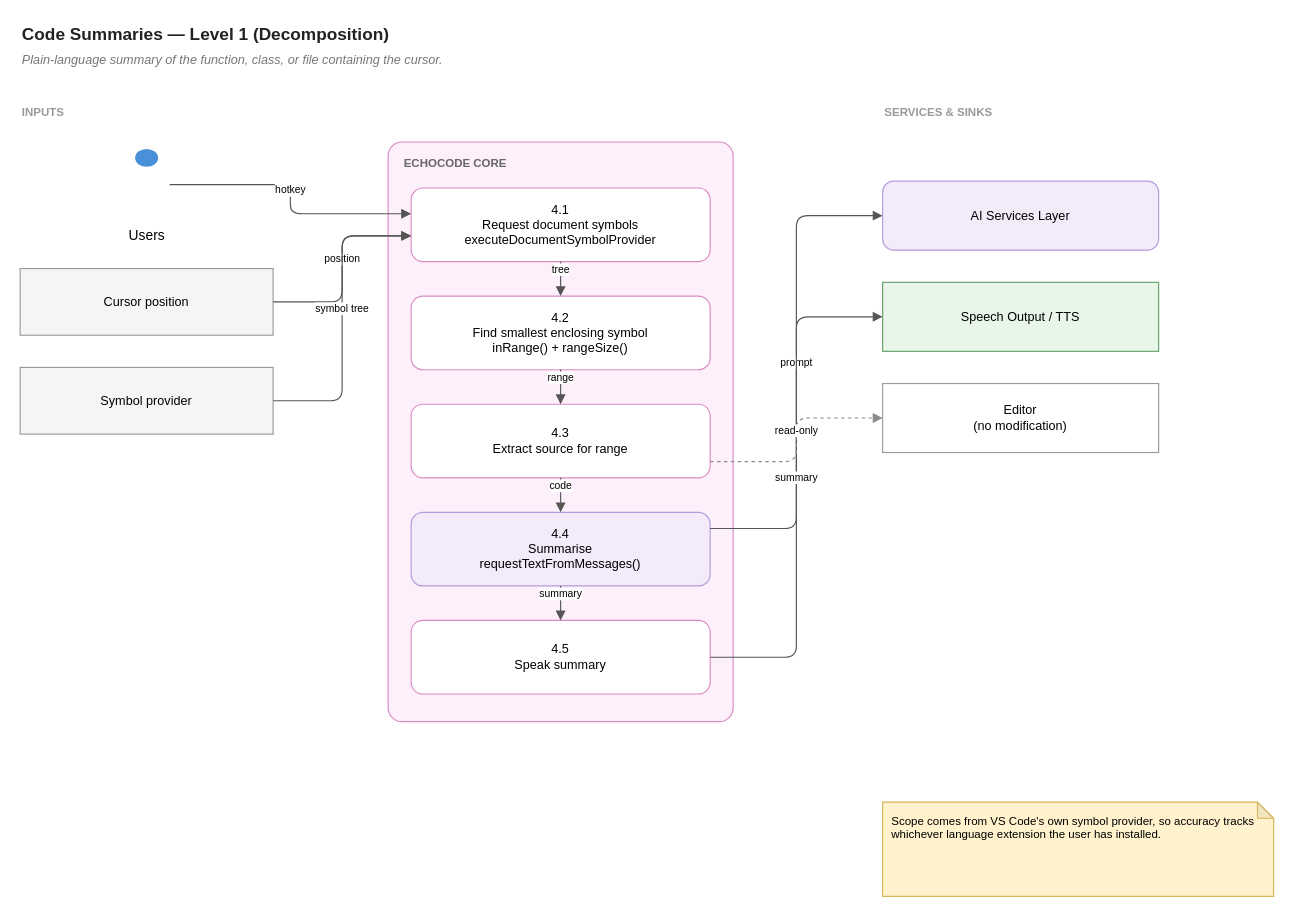
hpcclab/EchoCode keeps this draw.io diagram as page "Level 1 — Decomposition" (2 of 2) of wiki/diagrams/04-code-summaries.drawio. Above is the earlier version. Source tidied: cells renumbered, new cells numbered last; positions are measured from the earlier drawing's top-left corner, leaving out a move shared by most shapes. Both pictures are drawn from the tidied source at 115%, with x=0, y=0 at pixel (20, 20).
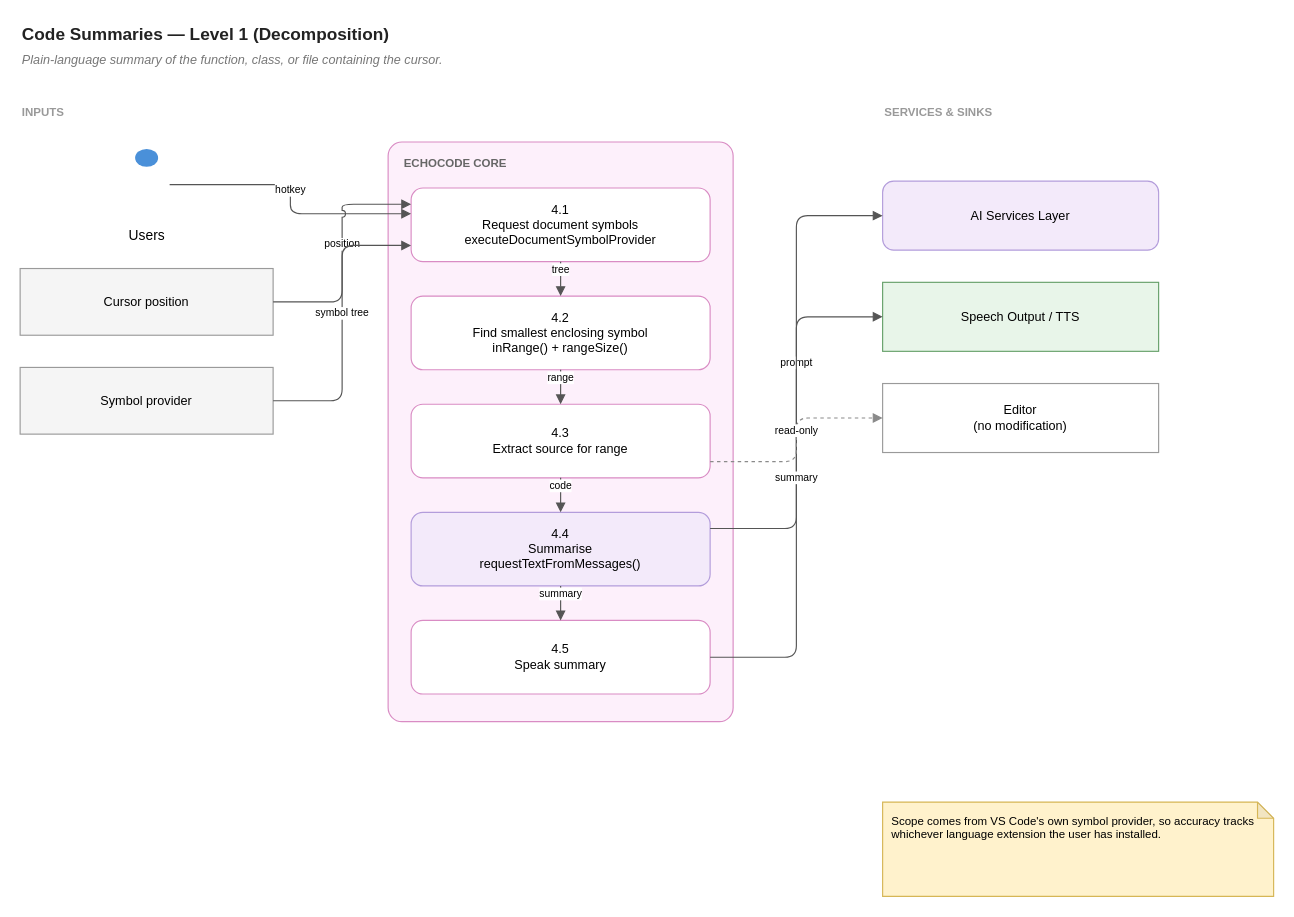
The same page after the edit.

The change refers to these unchanged cells:
```xml
<mxCell id="7" value="4.1&#10;Request document symbols&#10;executeDocumentSymbolProvider" style="rounded=1;whiteSpace=wrap;html=1;fillColor=#ffffff;strokeColor=#d98cc4;fontSize=11;arcSize=16;" parent="6" vertex="1">
  <mxGeometry x="20" y="40" width="260" height="64" as="geometry" />
</mxCell>
<mxCell id="13" value="Cursor position" style="rounded=0;whiteSpace=wrap;html=1;fillColor=#f5f5f5;strokeColor=#9a9a9a;fontSize=11;" parent="1" vertex="1">
  <mxGeometry y="216" width="220" height="58" as="geometry" />
</mxCell>
<mxCell id="14" value="Symbol provider" style="rounded=0;whiteSpace=wrap;html=1;fillColor=#f5f5f5;strokeColor=#9a9a9a;fontSize=11;" parent="1" vertex="1">
  <mxGeometry y="302" width="220" height="58" as="geometry" />
</mxCell>
```

Change to the diagram source:
```diff
@@
-    <mxCell id="19" value="position" style="edgeStyle=orthogonalEdgeStyle;rounded=1;html=1;endArrow=block;endFill=1;jettySize=auto;jumpStyle=arc;jumpSize=6;fontSize=9;labelBackgroundColor=#ffffff;verticalAlign=bottom;strokeColor=#555555;exitX=1;exitY=0.5;exitDx=0;exitDy=0;entryX=0;entryY=0.65;entryDx=0;entryDy=0;" parent="1" edge="1" source="13" target="7">
+    <mxCell id="19" value="position" style="edgeStyle=orthogonalEdgeStyle;rounded=1;html=1;endArrow=block;endFill=1;jettySize=auto;jumpStyle=arc;jumpSize=6;fontSize=9;labelBackgroundColor=#ffffff;verticalAlign=bottom;strokeColor=#555555;exitX=1;exitY=0.5;exitDx=0;exitDy=0;entryX=0;entryY=0.22;entryDx=0;entryDy=0;" parent="1" edge="1" source="13" target="7">
       <mxGeometry relative="1" as="geometry" />
     </mxCell>
-    <mxCell id="20" value="symbol tree" style="edgeStyle=orthogonalEdgeStyle;rounded=1;html=1;endArrow=block;endFill=1;jettySize=auto;jumpStyle=arc;jumpSize=6;fontSize=9;labelBackgroundColor=#ffffff;verticalAlign=bottom;strokeColor=#555555;exitX=1;exitY=0.5;exitDx=0;exitDy=0;entryX=0;entryY=0.65;entryDx=0;entryDy=0;" parent="1" edge="1" source="14" target="7">
+    <mxCell id="20" value="symbol tree" style="edgeStyle=orthogonalEdgeStyle;rounded=1;html=1;endArrow=block;endFill=1;jettySize=auto;jumpStyle=arc;jumpSize=6;fontSize=9;labelBackgroundColor=#ffffff;verticalAlign=bottom;strokeColor=#555555;exitX=1;exitY=0.5;exitDx=0;exitDy=0;entryX=0;entryY=0.78;entryDx=0;entryDy=0;" parent="1" edge="1" source="14" target="7">
       <mxGeometry relative="1" as="geometry" />
     </mxCell>
```
